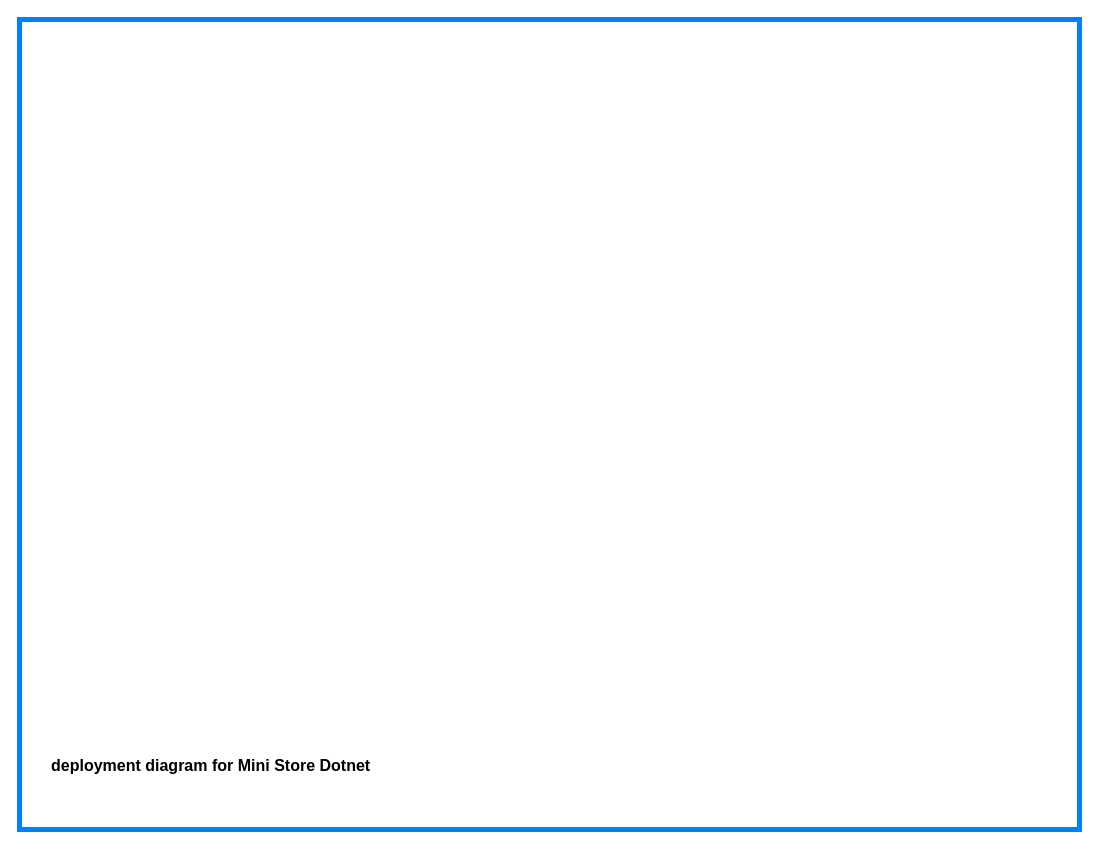
TotemApps/MiniStoreDotnet keeps this draw.io diagram as page "C4 Model" (5 of 6) of Models/Feature Models/Ministore Dotnet - Extended Feature Model.drawio. Above is the earlier version. Source tidied: cells renumbered, new cells numbered last; positions are measured from the earlier drawing's top-left corner, leaving out a move shared by most shapes. Both pictures are drawn from the tidied source at 100%, with x=0, y=0 at pixel (19, 19).
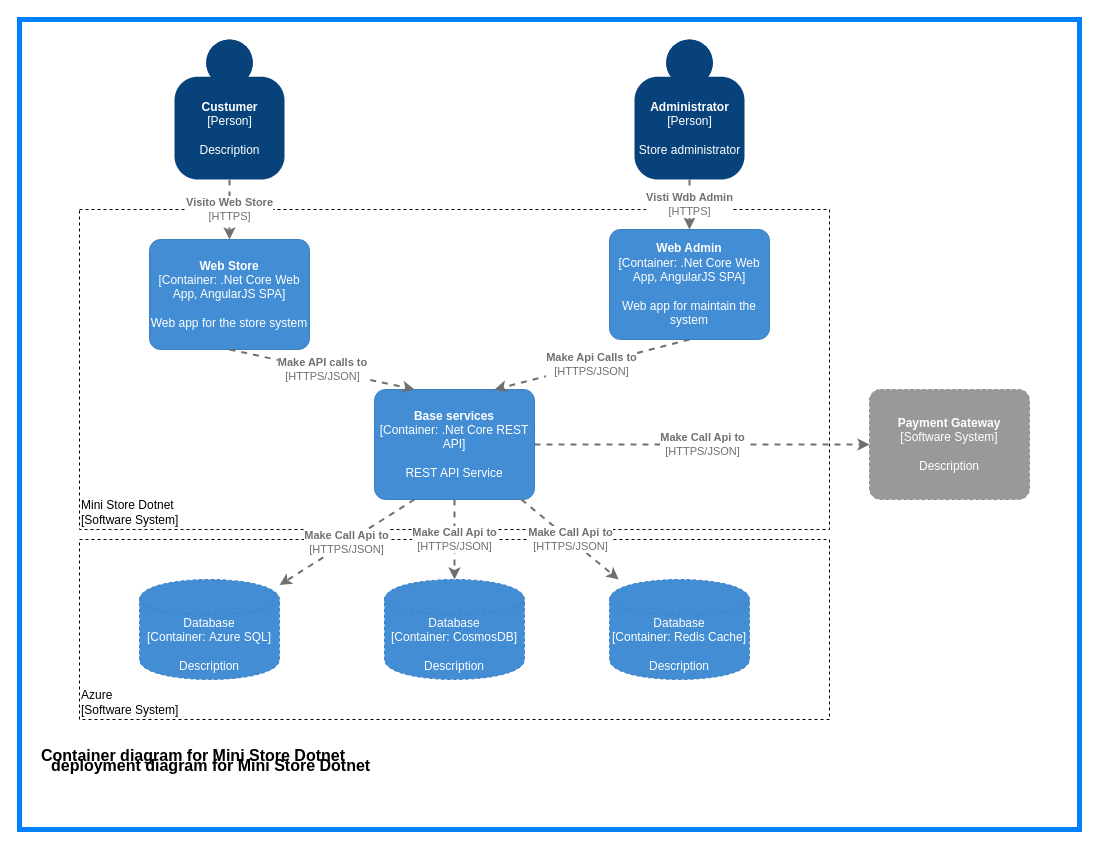
Above is the later version.

What changed in the source:
```diff
@@
+    <mxCell id="5" parent="0" />
+    <mxCell id="6" value="Azure&lt;br&gt;[Software System]" style="rounded=0;whiteSpace=wrap;html=1;fontSize=12;align=left;dashed=1;verticalAlign=bottom;fillColor=none;" parent="5" vertex="1">
+      <mxGeometry x="60" y="520" width="750" height="180" as="geometry" />
+    </mxCell>
+    <mxCell id="7" value="Mini Store Dotnet&lt;br style=&quot;font-size: 12px;&quot;&gt;[Software System]" style="rounded=0;whiteSpace=wrap;html=1;fontSize=12;align=left;dashed=1;verticalAlign=bottom;fillColor=none;" parent="5" vertex="1">
+      <mxGeometry x="60" y="190" width="750" height="320" as="geometry" />
+    </mxCell>
+    <mxCell id="8" value="Container diagram for Mini Store Dotnet" style="text;html=1;strokeColor=none;fillColor=none;align=left;verticalAlign=top;whiteSpace=wrap;rounded=0;fontStyle=1;fontSize=16;" parent="5" vertex="1">
+      <mxGeometry x="20" y="720" width="1020" height="70" as="geometry" />
+    </mxCell>
+    <object id="9" label="&lt;b&gt;%c4Name%&lt;/b&gt;&lt;div&gt;[%c4Type%: %c4Technology%]&lt;/div&gt;&lt;br&gt;&lt;div&gt;%c4Description%&lt;/div&gt;" c4Description="Web app for the store system" c4Name="Web Store" c4Technology=".Net Core Web App, AngularJS SPA" c4Type="Container" placeholders="1">
+      <mxCell style="rounded=1;whiteSpace=wrap;html=1;labelBackgroundColor=none;fillColor=#438DD5;fontColor=#ffffff;align=center;arcSize=10;strokeColor=#3C7FC0;metaData={&quot;c4Type&quot;:{&quot;editable&quot;:false}};points=[[0.25,0,0],[0.5,0,0],[0.75,0,0],[1,0.25,0],[1,0.5,0],[1,0.75,0],[0.75,1,0],[0.5,1,0],[0.25,1,0],[0,0.75,0],[0,0.5,0],[0,0.25,0]];" parent="5" vertex="1">
+        <mxGeometry x="130" y="220" width="160" height="110" as="geometry" />
+      </mxCell>
+    </object>
+    <object id="10" label="&lt;b&gt;%c4Name%&lt;/b&gt;&lt;div&gt;[%c4Type%: %c4Technology%]&lt;/div&gt;&lt;br&gt;&lt;div&gt;%c4Description%&lt;/div&gt;" c4Description="REST API Service" c4Name="Base services" c4Technology=".Net Core REST API" c4Type="Container" placeholders="1">
+      <mxCell style="rounded=1;whiteSpace=wrap;html=1;labelBackgroundColor=none;fillColor=#438DD5;fontColor=#ffffff;align=center;arcSize=10;strokeColor=#3C7FC0;metaData={&quot;c4Type&quot;:{&quot;editable&quot;:false}};points=[[0.25,0,0],[0.5,0,0],[0.75,0,0],[1,0.25,0],[1,0.5,0],[1,0.75,0],[0.75,1,0],[0.5,1,0],[0.25,1,0],[0,0.75,0],[0,0.5,0],[0,0.25,0]];" parent="5" vertex="1">
+        <mxGeometry x="355" y="370" width="160" height="110" as="geometry" />
+      </mxCell>
+    </object>
+    <object id="11" label="&lt;b&gt;%c4Name%&lt;/b&gt;&lt;div&gt;[%c4Type%: %c4Technology%]&lt;/div&gt;&lt;br&gt;&lt;div&gt;%c4Description%&lt;/div&gt;" c4Description="Web app for maintain the system" c4Name="Web Admin" c4Technology=".Net Core Web App, AngularJS SPA" c4Type="Container" placeholders="1">
+      <mxCell style="rounded=1;whiteSpace=wrap;html=1;labelBackgroundColor=none;fillColor=#438DD5;fontColor=#ffffff;align=center;arcSize=10;strokeColor=#3C7FC0;metaData={&quot;c4Type&quot;:{&quot;editable&quot;:false}};points=[[0.25,0,0],[0.5,0,0],[0.75,0,0],[1,0.25,0],[1,0.5,0],[1,0.75,0],[0.75,1,0],[0.5,1,0],[0.25,1,0],[0,0.75,0],[0,0.5,0],[0,0.25,0]];" parent="5" vertex="1">
+        <mxGeometry x="590" y="210" width="160" height="110" as="geometry" />
+      </mxCell>
+    </object>
+    <object id="12" label="&lt;div style=&quot;text-align: left&quot;&gt;&lt;div style=&quot;text-align: center&quot;&gt;&lt;b&gt;%c4Description%&lt;/b&gt;&lt;/div&gt;&lt;div style=&quot;text-align: center&quot;&gt;[%c4Technology%]&lt;/div&gt;&lt;/div&gt;" c4Description="Make API calls to" c4Technology="HTTPS/JSON" placeholders="1">
+      <mxCell style="edgeStyle=none;rounded=0;html=1;entryX=0.25;entryY=0;jettySize=auto;strokeColor=#707070;strokeWidth=2;fontColor=#707070;jumpStyle=none;dashed=1;metaData={&quot;c4Type&quot;:{&quot;editable&quot;:false}};exitX=0.5;exitY=1;exitDx=0;exitDy=0;exitPerimeter=0;entryDx=0;entryDy=0;entryPerimeter=0;" parent="5" edge="1" source="9" target="10">
+        <mxGeometry relative="1" as="geometry" />
+      </mxCell>
+    </object>
+    <object id="13" label="&lt;div style=&quot;text-align: left&quot;&gt;&lt;div style=&quot;text-align: center&quot;&gt;&lt;b&gt;%c4Description%&lt;/b&gt;&lt;/div&gt;&lt;div style=&quot;text-align: center&quot;&gt;[%c4Technology%]&lt;/div&gt;&lt;/div&gt;" c4Description="Make Api Calls to" c4Technology="HTTPS/JSON" placeholders="1">
+      <mxCell style="edgeStyle=none;rounded=0;html=1;entryX=0.75;entryY=0;jettySize=auto;strokeColor=#707070;strokeWidth=2;fontColor=#707070;jumpStyle=none;dashed=1;metaData={&quot;c4Type&quot;:{&quot;editable&quot;:false}};exitX=0.5;exitY=1;exitDx=0;exitDy=0;exitPerimeter=0;entryDx=0;entryDy=0;entryPerimeter=0;" parent="5" edge="1" source="11" target="10">
+        <mxGeometry relative="1" as="geometry" />
+      </mxCell>
+    </object>
+    <object id="14" label="%c4Type%&lt;div&gt;[Container:&amp;nbsp;%c4Technology%]&lt;/div&gt;&lt;br&gt;&lt;div&gt;%c4Description%&lt;/div&gt;" c4Description="Description" c4Technology="Azure SQL" c4Type="Database" placeholders="1">
+      <mxCell style="shape=cylinder;whiteSpace=wrap;html=1;boundedLbl=1;rounded=0;labelBackgroundColor=none;fillColor=#438DD5;fontSize=12;fontColor=#ffffff;align=center;strokeColor=#3C7FC0;points=[[0.5,0,0],[1,0.25,0],[1,0.5,0],[1,0.75,0],[0.5,1,0],[0,0.75,0],[0,0.5,0],[0,0.25,0]];metaData={&quot;c4Type&quot;:{&quot;editable&quot;:false}};dashed=1;" parent="5" vertex="1">
+        <mxGeometry x="120" y="560" width="140" height="100" as="geometry" />
+      </mxCell>
+    </object>
+    <object id="15" label="%c4Type%&lt;div&gt;[Container:&amp;nbsp;%c4Technology%]&lt;/div&gt;&lt;br&gt;&lt;div&gt;%c4Description%&lt;/div&gt;" c4Description="Description" c4Technology="CosmosDB" c4Type="Database" placeholders="1">
+      <mxCell style="shape=cylinder;whiteSpace=wrap;html=1;boundedLbl=1;rounded=0;labelBackgroundColor=none;fillColor=#438DD5;fontSize=12;fontColor=#ffffff;align=center;strokeColor=#3C7FC0;points=[[0.5,0,0],[1,0.25,0],[1,0.5,0],[1,0.75,0],[0.5,1,0],[0,0.75,0],[0,0.5,0],[0,0.25,0]];metaData={&quot;c4Type&quot;:{&quot;editable&quot;:false}};dashed=1;" parent="5" vertex="1">
+        <mxGeometry x="365" y="560" width="140" height="100" as="geometry" />
+      </mxCell>
+    </object>
+    <object id="16" label="%c4Type%&lt;div&gt;[Container:&amp;nbsp;%c4Technology%]&lt;/div&gt;&lt;br&gt;&lt;div&gt;%c4Description%&lt;/div&gt;" c4Description="Description" c4Technology="Redis Cache" c4Type="Database" placeholders="1">
+      <mxCell style="shape=cylinder;whiteSpace=wrap;html=1;boundedLbl=1;rounded=0;labelBackgroundColor=none;fillColor=#438DD5;fontSize=12;fontColor=#ffffff;align=center;strokeColor=#3C7FC0;points=[[0.5,0,0],[1,0.25,0],[1,0.5,0],[1,0.75,0],[0.5,1,0],[0,0.75,0],[0,0.5,0],[0,0.25,0]];metaData={&quot;c4Type&quot;:{&quot;editable&quot;:false}};dashed=1;" parent="5" vertex="1">
+        <mxGeometry x="590" y="560" width="140" height="100" as="geometry" />
+      </mxCell>
+    </object>
+    <object id="17" label="&lt;div style=&quot;text-align: left&quot;&gt;&lt;div style=&quot;text-align: center&quot;&gt;&lt;b&gt;%c4Description%&lt;/b&gt;&lt;/div&gt;&lt;div style=&quot;text-align: center&quot;&gt;[%c4Technology%]&lt;/div&gt;&lt;/div&gt;" c4Description="Make Call Api to" c4Technology="HTTPS/JSON" placeholders="1">
+      <mxCell style="edgeStyle=none;rounded=0;html=1;jettySize=auto;strokeColor=#707070;strokeWidth=2;fontColor=#707070;jumpStyle=none;dashed=1;metaData={&quot;c4Type&quot;:{&quot;editable&quot;:false}};exitX=0.25;exitY=1;exitDx=0;exitDy=0;exitPerimeter=0;" parent="5" edge="1" source="10" target="14">
+        <mxGeometry relative="1" as="geometry" />
+      </mxCell>
+    </object>
+    <object id="18" label="&lt;div style=&quot;text-align: left&quot;&gt;&lt;div style=&quot;text-align: center&quot;&gt;&lt;b&gt;%c4Description%&lt;/b&gt;&lt;/div&gt;&lt;div style=&quot;text-align: center&quot;&gt;[%c4Technology%]&lt;/div&gt;&lt;/div&gt;" c4Description="Make Call Api to" c4Technology="HTTPS/JSON" placeholders="1">
+      <mxCell style="edgeStyle=none;rounded=0;html=1;jettySize=auto;strokeColor=#707070;strokeWidth=2;fontColor=#707070;jumpStyle=none;dashed=1;metaData={&quot;c4Type&quot;:{&quot;editable&quot;:false}};" parent="5" edge="1" source="10" target="15">
+        <mxGeometry relative="1" as="geometry" />
+      </mxCell>
+    </object>
+    <object id="19" label="&lt;div style=&quot;text-align: left&quot;&gt;&lt;div style=&quot;text-align: center&quot;&gt;&lt;b&gt;%c4Description%&lt;/b&gt;&lt;/div&gt;&lt;div style=&quot;text-align: center&quot;&gt;[%c4Technology%]&lt;/div&gt;&lt;/div&gt;" c4Description="Make Call Api to" c4Technology="HTTPS/JSON" placeholders="1">
+      <mxCell style="edgeStyle=none;rounded=0;html=1;jettySize=auto;strokeColor=#707070;strokeWidth=2;fontColor=#707070;jumpStyle=none;dashed=1;metaData={&quot;c4Type&quot;:{&quot;editable&quot;:false}};" parent="5" edge="1" source="10" target="16">
+        <mxGeometry relative="1" as="geometry" />
+      </mxCell>
+    </object>
+    <object id="20" label="&lt;b&gt;%c4Name%&lt;/b&gt;&lt;div&gt;[%c4Type%]&lt;/div&gt;&lt;br&gt;&lt;div&gt;%c4Description%&lt;/div&gt;" c4Description="Description" c4Name="Payment Gateway" c4Type="Software System" placeholders="1">
+      <mxCell style="rounded=1;whiteSpace=wrap;html=1;labelBackgroundColor=none;fillColor=#999999;fontColor=#ffffff;align=center;arcSize=10;strokeColor=#8A8A8A;metaData={&quot;c4Type&quot;:{&quot;editable&quot;:false}};points=[[0.25,0,0],[0.5,0,0],[0.75,0,0],[1,0.25,0],[1,0.5,0],[1,0.75,0],[0.75,1,0],[0.5,1,0],[0.25,1,0],[0,0.75,0],[0,0.5,0],[0,0.25,0]];dashed=1;" parent="5" vertex="1">
+        <mxGeometry x="850" y="370" width="160" height="110" as="geometry" />
+      </mxCell>
+    </object>
+    <object id="21" label="&lt;div style=&quot;text-align: left&quot;&gt;&lt;div style=&quot;text-align: center&quot;&gt;&lt;b&gt;%c4Description%&lt;/b&gt;&lt;/div&gt;&lt;div style=&quot;text-align: center&quot;&gt;[%c4Technology%]&lt;/div&gt;&lt;/div&gt;" c4Description="Make Call Api to" c4Technology="HTTPS/JSON" placeholders="1">
+      <mxCell style="edgeStyle=none;rounded=0;html=1;jettySize=auto;strokeColor=#707070;strokeWidth=2;fontColor=#707070;jumpStyle=none;dashed=1;metaData={&quot;c4Type&quot;:{&quot;editable&quot;:false}};exitX=1;exitY=0.5;exitDx=0;exitDy=0;exitPerimeter=0;" parent="5" edge="1" source="10" target="20">
+        <mxGeometry relative="1" as="geometry" />
+      </mxCell>
+    </object>
+    <object id="22" label="&lt;b&gt;%c4Name%&lt;/b&gt;&lt;div&gt;[%c4Type%]&lt;/div&gt;&lt;br&gt;&lt;div&gt;%c4Description%&lt;/div&gt;" c4Description="Description" c4Name="Custumer" c4Type="Person" placeholders="1">
+      <mxCell style="html=1;dashed=0;whitespace=wrap;fillColor=#08427b;strokeColor=none;fontColor=#ffffff;shape=mxgraph.c4.person;align=center;points=[[0.5,0,0],[1,0.5,0],[1,0.75,0],[0.75,1,0],[0.5,1,0],[0.25,1,0],[0,0.75,0],[0,0.5,0]];metaData={&quot;c4Type&quot;:{&quot;editable&quot;:false}};" parent="5" vertex="1">
+        <mxGeometry x="155" y="20" width="110" height="140" as="geometry" />
+      </mxCell>
+    </object>
+    <object id="23" label="&lt;b&gt;%c4Name%&lt;/b&gt;&lt;div&gt;[%c4Type%]&lt;/div&gt;&lt;br&gt;&lt;div&gt;%c4Description%&lt;/div&gt;" c4Description="Store administrator" c4Name="Administrator" c4Type="Person" placeholders="1">
+      <mxCell style="html=1;dashed=0;whitespace=wrap;fillColor=#08427b;strokeColor=none;fontColor=#ffffff;shape=mxgraph.c4.person;align=center;points=[[0.5,0,0],[1,0.5,0],[1,0.75,0],[0.75,1,0],[0.5,1,0],[0.25,1,0],[0,0.75,0],[0,0.5,0]];metaData={&quot;c4Type&quot;:{&quot;editable&quot;:false}};" parent="5" vertex="1">
+        <mxGeometry x="615" y="20" width="110" height="140" as="geometry" />
+      </mxCell>
+    </object>
+    <object id="24" label="&lt;div style=&quot;text-align: left&quot;&gt;&lt;div style=&quot;text-align: center&quot;&gt;&lt;b&gt;%c4Description%&lt;/b&gt;&lt;/div&gt;&lt;div style=&quot;text-align: center&quot;&gt;[%c4Technology%]&lt;/div&gt;&lt;/div&gt;" c4Description="Visti Wdb Admin" c4Technology="HTTPS" placeholders="1">
+      <mxCell style="edgeStyle=none;rounded=0;html=1;entryX=0.5;entryY=0;jettySize=auto;strokeColor=#707070;strokeWidth=2;fontColor=#707070;jumpStyle=none;dashed=1;metaData={&quot;c4Type&quot;:{&quot;editable&quot;:false}};entryDx=0;entryDy=0;entryPerimeter=0;" parent="5" edge="1" source="23" target="11">
+        <mxGeometry relative="1" as="geometry" />
+      </mxCell>
+    </object>
+    <object id="25" label="&lt;div style=&quot;text-align: left&quot;&gt;&lt;div style=&quot;text-align: center&quot;&gt;&lt;b&gt;%c4Description%&lt;/b&gt;&lt;/div&gt;&lt;div style=&quot;text-align: center&quot;&gt;[%c4Technology%]&lt;/div&gt;&lt;/div&gt;" c4Description="Visito Web Store" c4Technology="HTTPS" placeholders="1">
+      <mxCell style="edgeStyle=none;rounded=0;html=1;entryX=0.5;entryY=0;jettySize=auto;strokeColor=#707070;strokeWidth=2;fontColor=#707070;jumpStyle=none;dashed=1;metaData={&quot;c4Type&quot;:{&quot;editable&quot;:false}};exitX=0.5;exitY=1;exitDx=0;exitDy=0;exitPerimeter=0;entryDx=0;entryDy=0;entryPerimeter=0;" parent="5" edge="1" source="22" target="9">
+        <mxGeometry relative="1" as="geometry" />
+      </mxCell>
+    </object>
```
